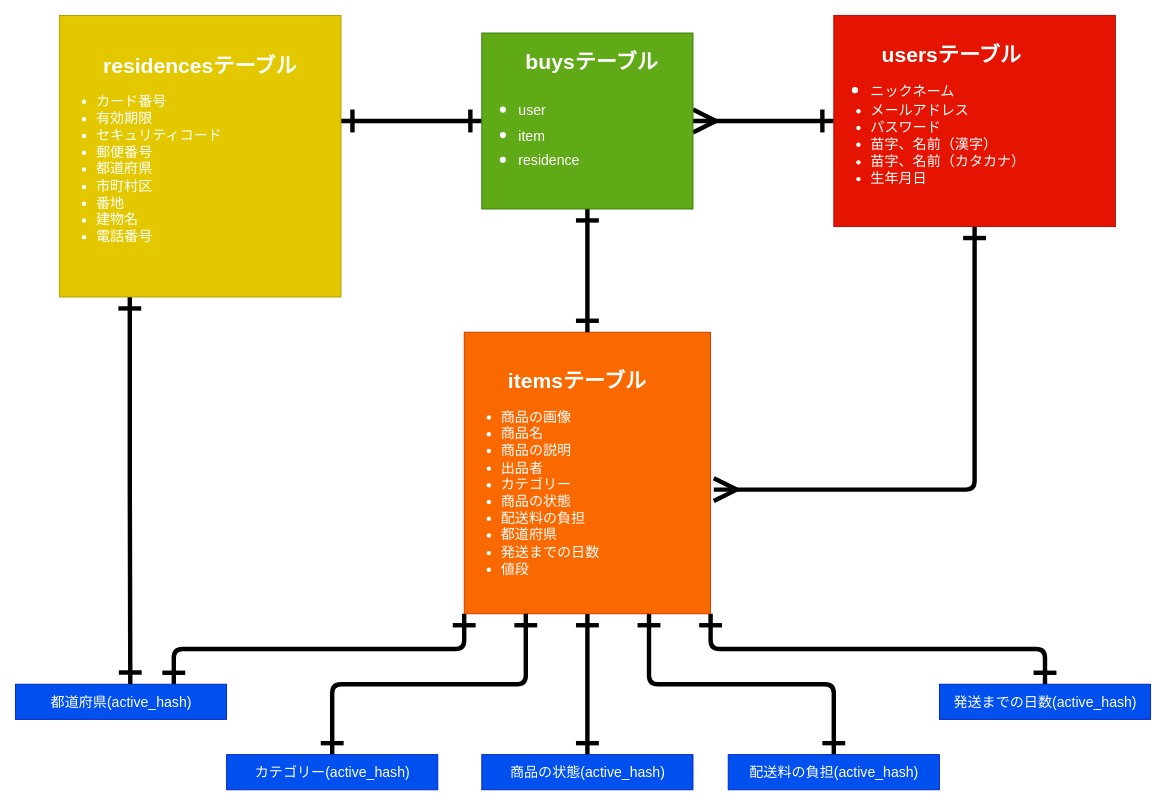
Above: er.dio in kuwatoro/furima--28654- (draw.io), before the change. Source tidied: cells renumbered, new cells numbered last; positions are measured from the earlier drawing's top-left corner, leaving out a move shared by most shapes. Both pictures are drawn from the tidied source at 88%, with x=0, y=0 at pixel (15, 15).
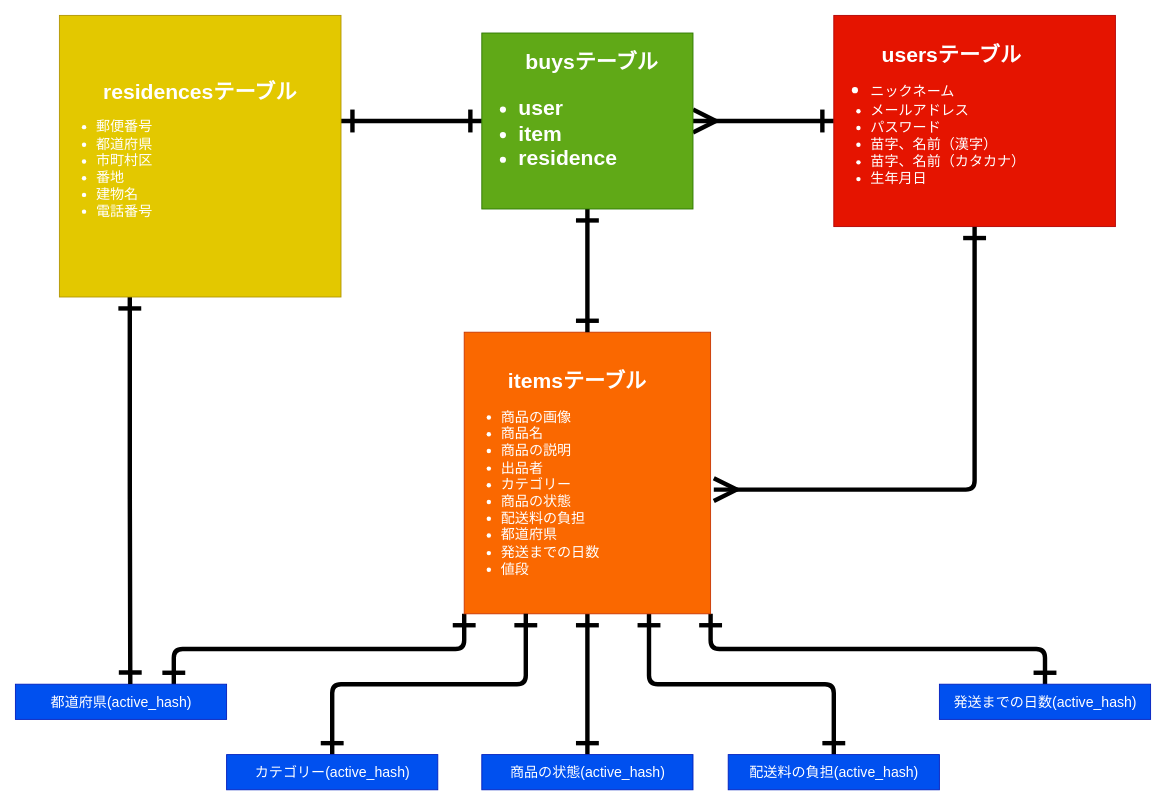
After the change.

Commit message (it also covers changes not shown here):
データベース設計の修正④

The edit, as a diff of the source:
```diff
@@
-    <mxCell id="19" value="&lt;div style=&quot;text-align: center&quot;&gt;&lt;span&gt;　　buysテーブル&lt;/span&gt;&lt;/div&gt;&lt;ul&gt;&lt;li&gt;&lt;span style=&quot;font-weight: normal&quot;&gt;&lt;font style=&quot;font-size: 16px&quot;&gt;user&lt;/font&gt;&lt;/span&gt;&lt;/li&gt;&lt;li&gt;&lt;span style=&quot;font-weight: normal&quot;&gt;&lt;font style=&quot;font-size: 16px&quot;&gt;item&lt;/font&gt;&lt;/span&gt;&lt;/li&gt;&lt;li&gt;&lt;span style=&quot;font-size: 16px ; font-weight: 400&quot;&gt;residence&lt;/span&gt;&lt;/li&gt;&lt;/ul&gt;" style="text;strokeColor=#2D7600;fillColor=#60a917;html=1;fontSize=24;fontStyle=1;verticalAlign=middle;align=left;rounded=0;sketch=0;fontColor=#ffffff;" parent="1" vertex="1">
+    <mxCell id="19" value="&lt;div style=&quot;text-align: center&quot;&gt;&lt;span&gt;　　buysテーブル&lt;/span&gt;&lt;/div&gt;&lt;ul&gt;&lt;li&gt;&lt;font style=&quot;font-size: 24px&quot;&gt;user&lt;/font&gt;&lt;/li&gt;&lt;li&gt;&lt;font style=&quot;font-size: 24px&quot;&gt;item&lt;/font&gt;&lt;/li&gt;&lt;li&gt;&lt;span&gt;residence&lt;/span&gt;&lt;/li&gt;&lt;/ul&gt;" style="text;strokeColor=#2D7600;fillColor=#60a917;html=1;fontSize=24;fontStyle=1;verticalAlign=middle;align=left;rounded=0;sketch=0;fontColor=#ffffff;" parent="1" vertex="1">
       <mxGeometry x="530" y="20" width="240" height="200" as="geometry" />
     </mxCell>
@@
-    <mxCell id="21" value="　　residencesテーブル&lt;br&gt;&lt;ul style=&quot;font-size: 16px&quot;&gt;&lt;li style=&quot;line-height: 120%&quot;&gt;&lt;span style=&quot;font-weight: normal&quot;&gt;カード番号&lt;/span&gt;&lt;/li&gt;&lt;li style=&quot;line-height: 120%&quot;&gt;&lt;span style=&quot;font-weight: normal&quot;&gt;有効期限&lt;/span&gt;&lt;/li&gt;&lt;li style=&quot;line-height: 120%&quot;&gt;&lt;span style=&quot;font-weight: normal&quot;&gt;セキュリティコード&lt;/span&gt;&lt;/li&gt;&lt;li style=&quot;line-height: 120%&quot;&gt;&lt;span style=&quot;font-weight: normal&quot;&gt;郵便番号&lt;/span&gt;&lt;/li&gt;&lt;li style=&quot;line-height: 120%&quot;&gt;&lt;span style=&quot;font-weight: normal&quot;&gt;都道府県&lt;/span&gt;&lt;/li&gt;&lt;li style=&quot;line-height: 120%&quot;&gt;&lt;span style=&quot;font-weight: normal&quot;&gt;市町村区&lt;/span&gt;&lt;/li&gt;&lt;li style=&quot;line-height: 120%&quot;&gt;&lt;span style=&quot;font-weight: 400&quot;&gt;番地&lt;/span&gt;&lt;/li&gt;&lt;li style=&quot;line-height: 120%&quot;&gt;&lt;span style=&quot;font-weight: 400&quot;&gt;建物名&lt;/span&gt;&lt;/li&gt;&lt;li style=&quot;line-height: 120%&quot;&gt;&lt;span style=&quot;font-weight: 400&quot;&gt;電話番号&lt;/span&gt;&lt;/li&gt;&lt;/ul&gt;" style="text;strokeColor=#B09500;fillColor=#e3c800;html=1;fontSize=24;fontStyle=1;verticalAlign=middle;align=left;rounded=0;sketch=0;fontColor=#ffffff;" parent="1" vertex="1">
+    <mxCell id="21" value="　　residencesテーブル&lt;br&gt;&lt;ul style=&quot;font-size: 16px&quot;&gt;&lt;li style=&quot;line-height: 120%&quot;&gt;&lt;span style=&quot;font-weight: normal&quot;&gt;郵便番号&lt;/span&gt;&lt;/li&gt;&lt;li style=&quot;line-height: 120%&quot;&gt;&lt;span style=&quot;font-weight: normal&quot;&gt;都道府県&lt;/span&gt;&lt;/li&gt;&lt;li style=&quot;line-height: 120%&quot;&gt;&lt;span style=&quot;font-weight: normal&quot;&gt;市町村区&lt;/span&gt;&lt;/li&gt;&lt;li style=&quot;line-height: 120%&quot;&gt;&lt;span style=&quot;font-weight: 400&quot;&gt;番地&lt;/span&gt;&lt;/li&gt;&lt;li style=&quot;line-height: 120%&quot;&gt;&lt;span style=&quot;font-weight: 400&quot;&gt;建物名&lt;/span&gt;&lt;/li&gt;&lt;li style=&quot;line-height: 120%&quot;&gt;&lt;span style=&quot;font-weight: 400&quot;&gt;電話番号&lt;/span&gt;&lt;/li&gt;&lt;/ul&gt;" style="text;strokeColor=#B09500;fillColor=#e3c800;html=1;fontSize=24;fontStyle=1;verticalAlign=middle;align=left;rounded=0;sketch=0;fontColor=#ffffff;" parent="1" vertex="1">
       <mxGeometry x="50" width="320" height="320" as="geometry" />
     </mxCell>
```
